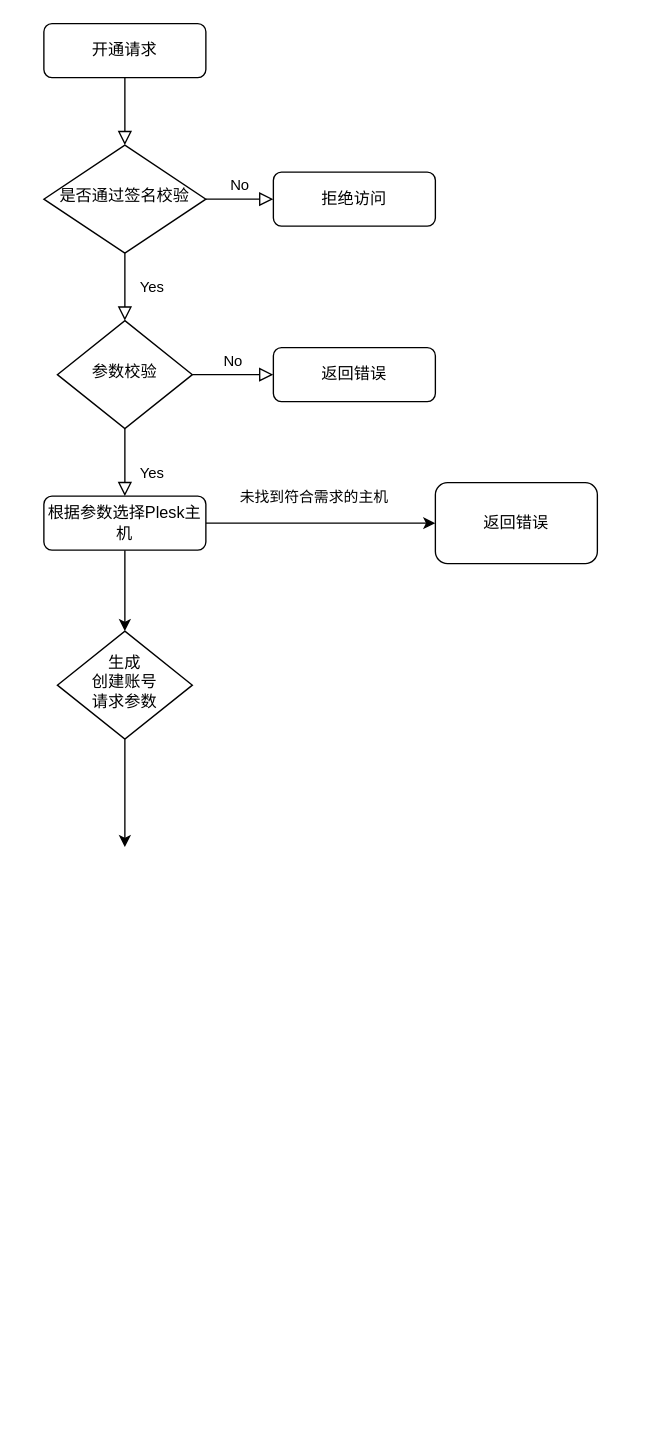
Earlier version of the draw.io diagram 未命名绘图.drawio (xinyi852/demo). Source tidied: cells renumbered, new cells numbered last; positions are measured from the earlier drawing's top-left corner, leaving out a move shared by most shapes. Both pictures are drawn from the tidied source at 135%, with x=0, y=0 at pixel (43, 23).
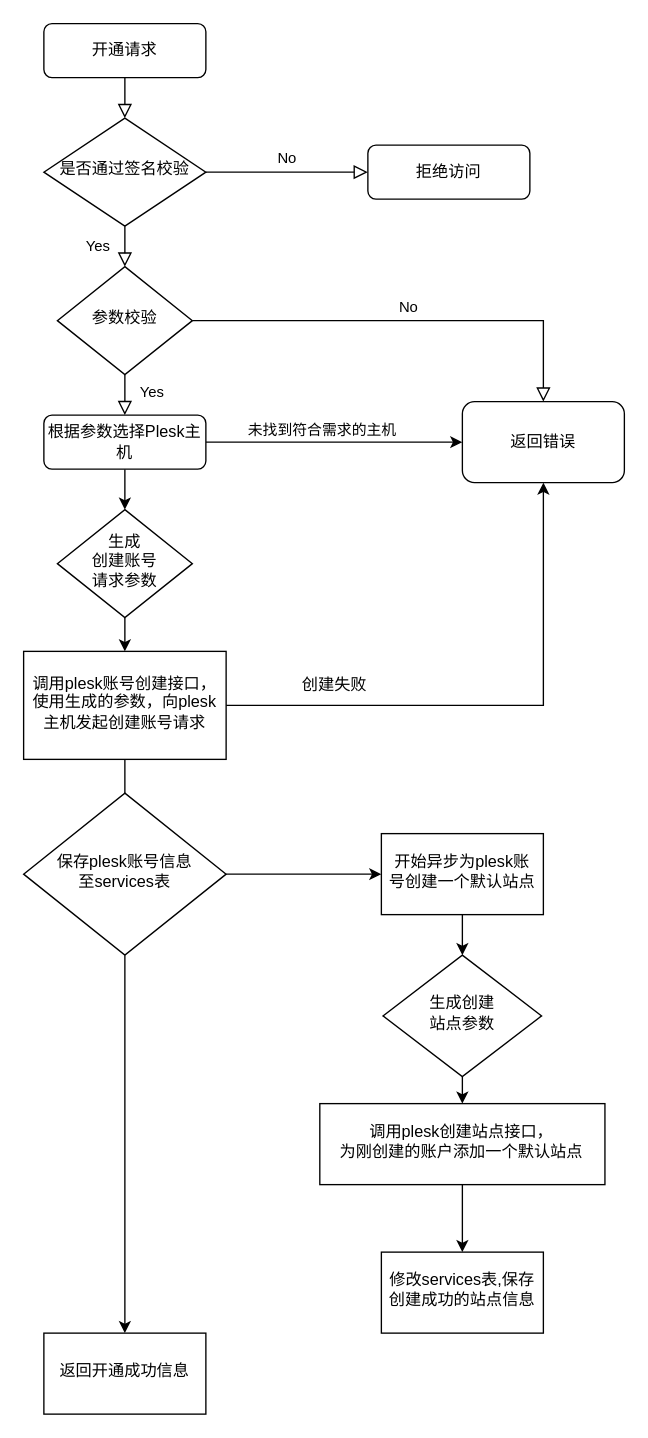
The same diagram, later.

Commit message (it also covers changes not shown here):
更新未命名绘图.drawio

Unchanged cells that the change refers to:
```xml
<mxCell id="11" style="edgeStyle=orthogonalEdgeStyle;rounded=0;jettySize=auto;html=1;" parent="1" edge="1" source="14" target="16">
  <mxGeometry relative="1" as="geometry" />
</mxCell>
```

The edit, as a diff of the source:
```diff
@@
     <mxCell id="6" value="是否通过签名校验" style="rhombus;whiteSpace=wrap;html=1;shadow=0;fontFamily=Helvetica;fontSize=12;align=center;strokeWidth=1;spacing=6;spacingTop=-4;" parent="1" vertex="1">
-      <mxGeometry y="90" width="120" height="80" as="geometry" />
+      <mxGeometry y="70" width="120" height="80" as="geometry" />
     </mxCell>
     <mxCell id="7" value="拒绝访问" style="rounded=1;whiteSpace=wrap;html=1;fontSize=12;glass=0;strokeWidth=1;shadow=0;" parent="1" vertex="1">
-      <mxGeometry x="170" y="110" width="120" height="40" as="geometry" />
+      <mxGeometry x="240" y="90" width="120" height="40" as="geometry" />
     </mxCell>
@@
-    <mxCell id="9" value="No" style="edgeStyle=orthogonalEdgeStyle;rounded=0;html=1;jettySize=auto;fontSize=11;endArrow=block;endFill=0;endSize=8;strokeWidth=1;shadow=0;labelBackgroundColor=none;" parent="1" edge="1" source="10" target="15">
+    <mxCell id="9" value="No" style="edgeStyle=orthogonalEdgeStyle;rounded=0;html=1;jettySize=auto;fontSize=11;endArrow=block;endFill=0;endSize=8;strokeWidth=1;shadow=0;labelBackgroundColor=none;entryX=0.5;entryY=0;entryDx=0;entryDy=0;" parent="1" edge="1" source="10" target="16">
       <mxGeometry y="10" relative="1" as="geometry" />
     </mxCell>
     <mxCell id="10" value="参数校验" style="rhombus;whiteSpace=wrap;html=1;shadow=0;fontFamily=Helvetica;fontSize=12;align=center;strokeWidth=1;spacing=6;spacingTop=-4;" parent="1" vertex="1">
-      <mxGeometry x="10" y="220" width="100" height="80" as="geometry" />
+      <mxGeometry x="10" y="180" width="100" height="80" as="geometry" />
     </mxCell>
@@
     <mxCell id="12" value="未找到符合需求的主机&lt;br&gt;" style="edgeLabel;html=1;align=center;verticalAlign=middle;" parent="11" vertex="1">
       <mxGeometry x="-0.07" y="3" relative="1" as="geometry">
-        <mxPoint y="-17" as="offset" />
+        <mxPoint x="-3" y="-7" as="offset" />
       </mxGeometry>
     </mxCell>
-    <mxCell id="13" style="edgeStyle=orthogonalEdgeStyle;rounded=0;jettySize=auto;html=1;" parent="1" edge="1" source="14">
-      <mxGeometry relative="1" as="geometry">
-        <mxPoint x="60" y="450" as="targetPoint" />
-      </mxGeometry>
+    <mxCell id="13" style="edgeStyle=orthogonalEdgeStyle;rounded=0;jettySize=auto;html=1;entryX=0.5;entryY=0;entryDx=0;entryDy=0;" parent="1" edge="1" source="14" target="18">
+      <mxGeometry relative="1" as="geometry" />
     </mxCell>
     <mxCell id="14" value="根据参数选择Plesk主机" style="rounded=1;whiteSpace=wrap;html=1;fontSize=12;glass=0;strokeWidth=1;shadow=0;" parent="1" vertex="1">
-      <mxGeometry y="350" width="120" height="40" as="geometry" />
+      <mxGeometry y="290" width="120" height="40" as="geometry" />
     </mxCell>
-    <mxCell id="15" value="返回错误" style="rounded=1;whiteSpace=wrap;html=1;fontSize=12;glass=0;strokeWidth=1;shadow=0;" parent="1" vertex="1">
-      <mxGeometry x="170" y="240" width="120" height="40" as="geometry" />
-    </mxCell>
     <mxCell id="16" value="返回错误" style="whiteSpace=wrap;html=1;rounded=1;glass=0;strokeWidth=1;shadow=0;" parent="1" vertex="1">
-      <mxGeometry x="290" y="340" width="120" height="60" as="geometry" />
+      <mxGeometry x="310" y="280" width="120" height="60" as="geometry" />
     </mxCell>
-    <mxCell id="17" style="edgeStyle=orthogonalEdgeStyle;rounded=0;jettySize=auto;html=1;" parent="1" edge="1" source="18">
-      <mxGeometry relative="1" as="geometry">
-        <mxPoint x="60" y="610" as="targetPoint" />
-      </mxGeometry>
-    </mxCell>
+    <mxCell id="19" style="edgeStyle=orthogonalEdgeStyle;rounded=0;jettySize=auto;html=1;" parent="1" edge="1" source="18" target="22">
+      <mxGeometry relative="1" as="geometry" />
+    </mxCell>
     <mxCell id="18" value="生成&lt;br&gt;创建账号&lt;br&gt;请求参数" style="rhombus;whiteSpace=wrap;html=1;shadow=0;fontFamily=Helvetica;fontSize=12;align=center;strokeWidth=1;spacing=6;spacingTop=-4;" parent="1" vertex="1">
-      <mxGeometry x="10" y="450" width="100" height="80" as="geometry" />
+      <mxGeometry x="10" y="360" width="100" height="80" as="geometry" />
     </mxCell>
+    <mxCell id="20" style="edgeStyle=orthogonalEdgeStyle;rounded=0;jettySize=auto;html=1;entryX=0.5;entryY=1;entryDx=0;entryDy=0;" parent="1" edge="1" source="22" target="16">
+      <mxGeometry relative="1" as="geometry" />
+    </mxCell>
+    <mxCell id="21" style="edgeStyle=orthogonalEdgeStyle;rounded=0;jettySize=auto;html=1;" parent="1" edge="1" source="22">
+      <mxGeometry relative="1" as="geometry">
+        <mxPoint x="60" y="650" as="targetPoint" />
+      </mxGeometry>
+    </mxCell>
+    <mxCell id="22" value="调用plesk账号创建接口，使用生成的参数，向plesk主机发起创建账号请求" style="whiteSpace=wrap;html=1;shadow=0;strokeWidth=1;spacing=6;spacingTop=-4;" parent="1" vertex="1">
+      <mxGeometry x="-15" y="465" width="150" height="80" as="geometry" />
+    </mxCell>
+    <mxCell id="23" value="创建失败" style="text;html=1;align=center;verticalAlign=middle;strokeColor=none;fillColor=none;" parent="1" vertex="1">
+      <mxGeometry x="180" y="475" width="70" height="30" as="geometry" />
+    </mxCell>
+    <mxCell id="24" style="edgeStyle=orthogonalEdgeStyle;rounded=0;jettySize=auto;html=1;" parent="1" edge="1" source="26" target="27">
+      <mxGeometry relative="1" as="geometry" />
+    </mxCell>
+    <mxCell id="25" style="edgeStyle=orthogonalEdgeStyle;rounded=0;jettySize=auto;html=1;" parent="1" edge="1" source="26" target="29">
+      <mxGeometry relative="1" as="geometry" />
+    </mxCell>
+    <mxCell id="26" value="保存plesk账号信息&lt;br&gt;至services表" style="rhombus;whiteSpace=wrap;html=1;shadow=0;fontFamily=Helvetica;fontSize=12;align=center;strokeWidth=1;spacing=6;spacingTop=-4;" parent="1" vertex="1">
+      <mxGeometry x="-15" y="570" width="150" height="120" as="geometry" />
+    </mxCell>
+    <mxCell id="27" value="返回开通成功信息" style="whiteSpace=wrap;html=1;shadow=0;strokeWidth=1;spacing=6;spacingTop=-4;" parent="1" vertex="1">
+      <mxGeometry y="970" width="120" height="60" as="geometry" />
+    </mxCell>
+    <mxCell id="28" style="edgeStyle=orthogonalEdgeStyle;rounded=0;jettySize=auto;html=1;" parent="1" edge="1" source="29" target="31">
+      <mxGeometry relative="1" as="geometry" />
+    </mxCell>
+    <mxCell id="29" value="开始异步为plesk账号创建一个默认站点" style="whiteSpace=wrap;html=1;shadow=0;strokeWidth=1;spacing=6;spacingTop=-4;" parent="1" vertex="1">
+      <mxGeometry x="250" y="600" width="120" height="60" as="geometry" />
+    </mxCell>
+    <mxCell id="30" style="edgeStyle=orthogonalEdgeStyle;rounded=0;jettySize=auto;html=1;" parent="1" edge="1" source="31" target="33">
+      <mxGeometry relative="1" as="geometry" />
+    </mxCell>
+    <mxCell id="31" value="生成创建&lt;br&gt;站点参数" style="rhombus;whiteSpace=wrap;html=1;shadow=0;fontFamily=Helvetica;fontSize=12;align=center;strokeWidth=1;spacing=6;spacingTop=-4;" parent="1" vertex="1">
+      <mxGeometry x="251.2" y="690" width="117.5" height="90" as="geometry" />
+    </mxCell>
+    <mxCell id="32" style="edgeStyle=orthogonalEdgeStyle;rounded=0;jettySize=auto;html=1;" parent="1" edge="1" source="33" target="34">
+      <mxGeometry relative="1" as="geometry" />
+    </mxCell>
+    <mxCell id="33" value="调用plesk创建站点接口，&lt;br&gt;为刚创建的账户添加一个默认站点" style="whiteSpace=wrap;html=1;shadow=0;strokeWidth=1;spacing=6;spacingTop=-4;" parent="1" vertex="1">
+      <mxGeometry x="204.4" y="800" width="211.2" height="60" as="geometry" />
+    </mxCell>
+    <mxCell id="34" value="修改services表,保存创建成功的站点信息" style="whiteSpace=wrap;html=1;shadow=0;strokeWidth=1;spacing=6;spacingTop=-4;" parent="1" vertex="1">
+      <mxGeometry x="250" y="910" width="120" height="60" as="geometry" />
+    </mxCell>
```
